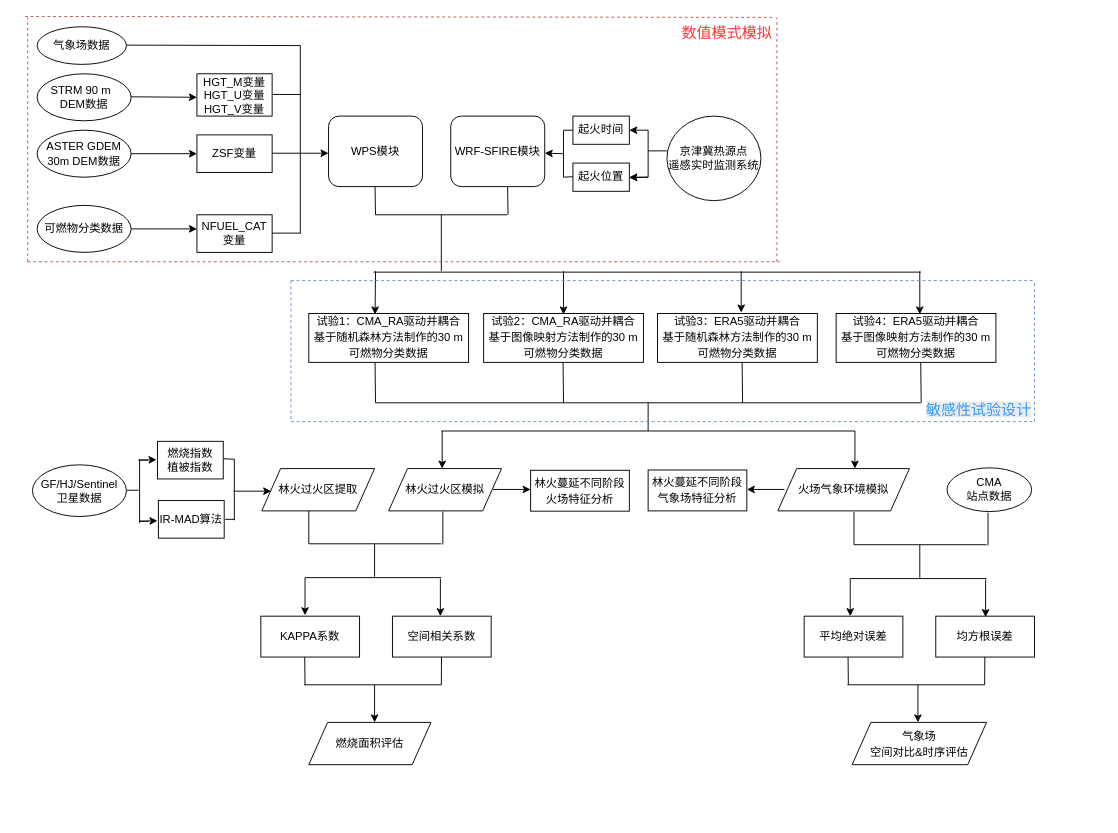
Earlier version of the draw.io diagram 第三章技术路线图.drawio (gaohuanxin/WRF-SFIRE). Source tidied: cells renumbered, new cells numbered last; positions are measured from the earlier drawing's top-left corner, leaving out a move shared by most shapes. Both pictures are drawn from the tidied source at 94%, with x=0, y=0 at pixel (24, 16).
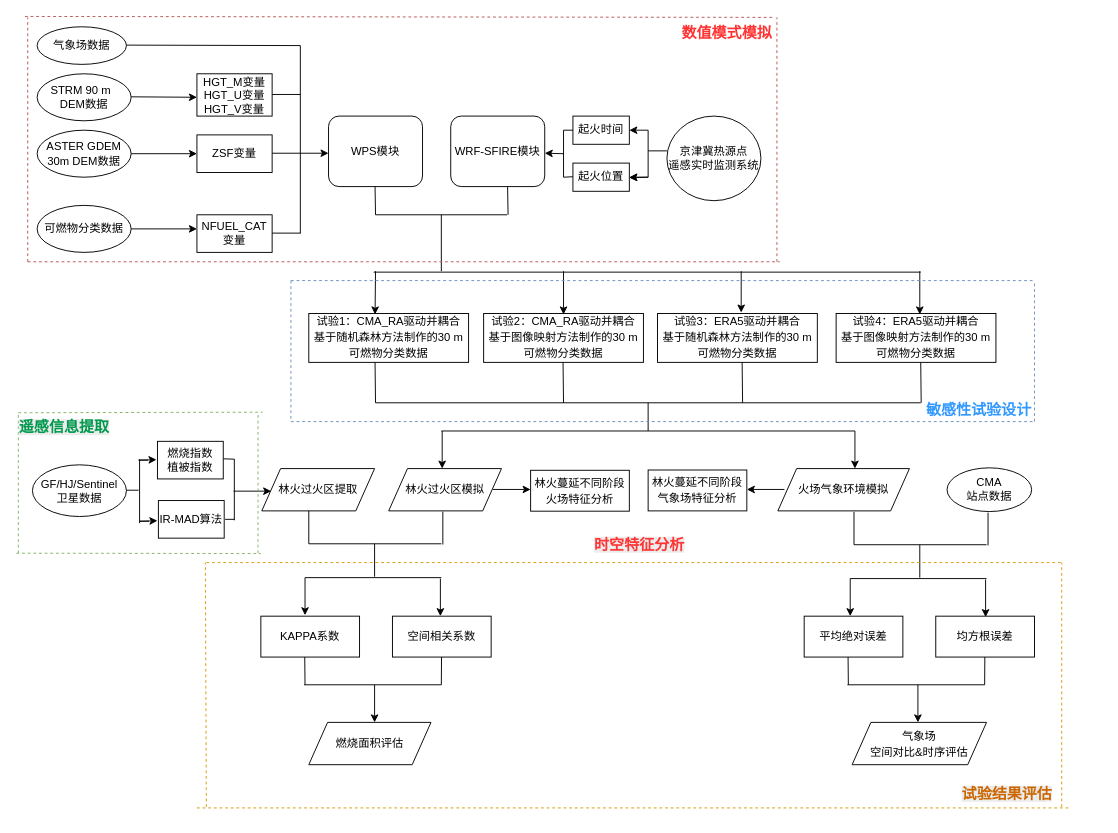
The same diagram, later.

Commit message (it also covers changes not shown here):
更新第三章技术路线图.drawio

What changed in the source:
```diff
@@
-    <mxCell id="105" value="&lt;span style=&quot;color: rgb(255, 51, 51); font-size: 16px; text-align: center;&quot;&gt;数值模式模拟&lt;/span&gt;" style="text;whiteSpace=wrap;html=1;" parent="1" vertex="1">
+    <mxCell id="105" value="&lt;span style=&quot;color: rgb(255, 51, 51); font-size: 16px; text-align: center;&quot;&gt;&lt;b&gt;数值模式模拟&lt;/b&gt;&lt;/span&gt;" style="text;whiteSpace=wrap;html=1;" parent="1" vertex="1">
       <mxGeometry x="697" y="1" width="100" height="40" as="geometry" />
     </mxCell>
@@
-    <mxCell id="110" value="&lt;span style=&quot;font-family: Helvetica; font-size: 16px; font-style: normal; font-variant-ligatures: normal; font-variant-caps: normal; font-weight: 400; letter-spacing: normal; orphans: 2; text-align: center; text-indent: 0px; text-transform: none; widows: 2; word-spacing: 0px; -webkit-text-stroke-width: 0px; white-space: normal; background-color: rgb(236, 236, 236); text-decoration-thickness: initial; text-decoration-style: initial; text-decoration-color: initial; float: none; display: inline !important;&quot;&gt;&lt;font style=&quot;color: rgb(51, 153, 255);&quot;&gt;敏感性试验设计&lt;/font&gt;&lt;/span&gt;" style="text;whiteSpace=wrap;html=1;" parent="1" vertex="1">
+    <mxCell id="110" value="&lt;span style=&quot;color: rgb(51, 153, 255); font-size: 16px; text-align: center;&quot;&gt;&lt;b&gt;敏感性试验设计&lt;/b&gt;&lt;/span&gt;" style="text;whiteSpace=wrap;html=1;" parent="1" vertex="1">
       <mxGeometry x="956.5" y="402" width="130" height="40" as="geometry" />
     </mxCell>
+    <mxCell id="111" style="endArrow=none;dashed=1;html=1;rounded=0;fillColor=#d5e8d4;strokeColor=#82b366;" parent="1" edge="1">
+      <mxGeometry relative="1" as="geometry">
+        <mxPoint x="-7" y="571" as="sourcePoint" />
+        <mxPoint x="-7" y="421" as="targetPoint" />
+      </mxGeometry>
+    </mxCell>
+    <mxCell id="112" style="endArrow=none;dashed=1;html=1;rounded=0;fillColor=#d5e8d4;strokeColor=#82b366;" parent="1" edge="1">
+      <mxGeometry relative="1" as="geometry">
+        <mxPoint x="-7" y="421.6" as="sourcePoint" />
+        <mxPoint x="253" y="421" as="targetPoint" />
+      </mxGeometry>
+    </mxCell>
+    <mxCell id="113" style="endArrow=none;dashed=1;html=1;rounded=0;fillColor=#d5e8d4;strokeColor=#82b366;" parent="1" edge="1">
+      <mxGeometry relative="1" as="geometry">
+        <mxPoint x="-9" y="571" as="sourcePoint" />
+        <mxPoint x="251" y="571.4" as="targetPoint" />
+      </mxGeometry>
+    </mxCell>
+    <mxCell id="114" style="endArrow=none;dashed=1;html=1;rounded=0;fillColor=#d5e8d4;strokeColor=#82b366;" parent="1" edge="1">
+      <mxGeometry relative="1" as="geometry">
+        <mxPoint x="248" y="571" as="sourcePoint" />
+        <mxPoint x="248" y="421" as="targetPoint" />
+      </mxGeometry>
+    </mxCell>
+    <mxCell id="115" value="&lt;span style=&quot;font-family: Helvetica; font-size: 16px; font-style: normal; font-variant-ligatures: normal; font-variant-caps: normal; letter-spacing: normal; orphans: 2; text-align: center; text-indent: 0px; text-transform: none; widows: 2; word-spacing: 0px; -webkit-text-stroke-width: 0px; white-space: normal; background-color: rgb(236, 236, 236); text-decoration-thickness: initial; text-decoration-style: initial; text-decoration-color: initial; float: none; display: inline !important;&quot;&gt;&lt;font style=&quot;color: rgb(0, 153, 77);&quot;&gt;&lt;b&gt;遥感信息提取&lt;/b&gt;&lt;/font&gt;&lt;/span&gt;" style="text;whiteSpace=wrap;html=1;" parent="1" vertex="1">
+      <mxGeometry x="-8" y="421" width="150" height="40" as="geometry" />
+    </mxCell>
+    <mxCell id="116" style="endArrow=none;dashed=1;html=1;rounded=0;fillColor=#ffe6cc;strokeColor=#d79b00;" parent="1" edge="1">
+      <mxGeometry relative="1" as="geometry">
+        <mxPoint x="183" y="842" as="sourcePoint" />
+        <mxPoint x="1113" y="842" as="targetPoint" />
+      </mxGeometry>
+    </mxCell>
+    <mxCell id="117" style="endArrow=none;dashed=1;html=1;rounded=0;fillColor=#ffe6cc;strokeColor=#d79b00;" parent="1" edge="1">
+      <mxGeometry relative="1" as="geometry">
+        <mxPoint x="193" y="581" as="sourcePoint" />
+        <mxPoint x="1103" y="581" as="targetPoint" />
+      </mxGeometry>
+    </mxCell>
+    <mxCell id="118" style="endArrow=none;dashed=1;html=1;rounded=0;fillColor=#ffe6cc;strokeColor=#d79b00;" parent="1" edge="1">
+      <mxGeometry relative="1" as="geometry">
+        <mxPoint x="193" y="841" as="sourcePoint" />
+        <mxPoint x="192" y="581" as="targetPoint" />
+      </mxGeometry>
+    </mxCell>
+    <mxCell id="119" style="endArrow=none;dashed=1;html=1;rounded=0;fillColor=#ffe6cc;strokeColor=#d79b00;" parent="1" edge="1">
+      <mxGeometry relative="1" as="geometry">
+        <mxPoint x="1103" y="841" as="sourcePoint" />
+        <mxPoint x="1103" y="581" as="targetPoint" />
+      </mxGeometry>
+    </mxCell>
+    <mxCell id="120" value="&lt;span style=&quot;font-family: Helvetica; font-size: 16px; font-style: normal; font-variant-ligatures: normal; font-variant-caps: normal; letter-spacing: normal; orphans: 2; text-align: center; text-indent: 0px; text-transform: none; widows: 2; word-spacing: 0px; -webkit-text-stroke-width: 0px; white-space: normal; background-color: rgb(236, 236, 236); text-decoration-thickness: initial; text-decoration-style: initial; text-decoration-color: initial; float: none; display: inline !important;&quot;&gt;&lt;font style=&quot;color: rgb(204, 102, 0);&quot;&gt;&lt;b&gt;试验结果评估&lt;/b&gt;&lt;/font&gt;&lt;/span&gt;" style="text;whiteSpace=wrap;html=1;" parent="1" vertex="1">
+      <mxGeometry x="995" y="811" width="150" height="40" as="geometry" />
+    </mxCell>
+    <mxCell id="121" value="&lt;span style=&quot;font-family: Helvetica; font-size: 16px; font-style: normal; font-variant-ligatures: normal; font-variant-caps: normal; letter-spacing: normal; orphans: 2; text-align: center; text-indent: 0px; text-transform: none; widows: 2; word-spacing: 0px; -webkit-text-stroke-width: 0px; white-space: normal; background-color: rgb(236, 236, 236); text-decoration-thickness: initial; text-decoration-style: initial; text-decoration-color: initial; float: none; display: inline !important;&quot;&gt;&lt;font style=&quot;color: rgb(255, 51, 51);&quot;&gt;&lt;b&gt;时空特征分析&lt;/b&gt;&lt;/font&gt;&lt;/span&gt;" style="text;whiteSpace=wrap;html=1;" parent="1" vertex="1">
+      <mxGeometry x="604" y="546" width="150" height="40" as="geometry" />
+    </mxCell>
```
